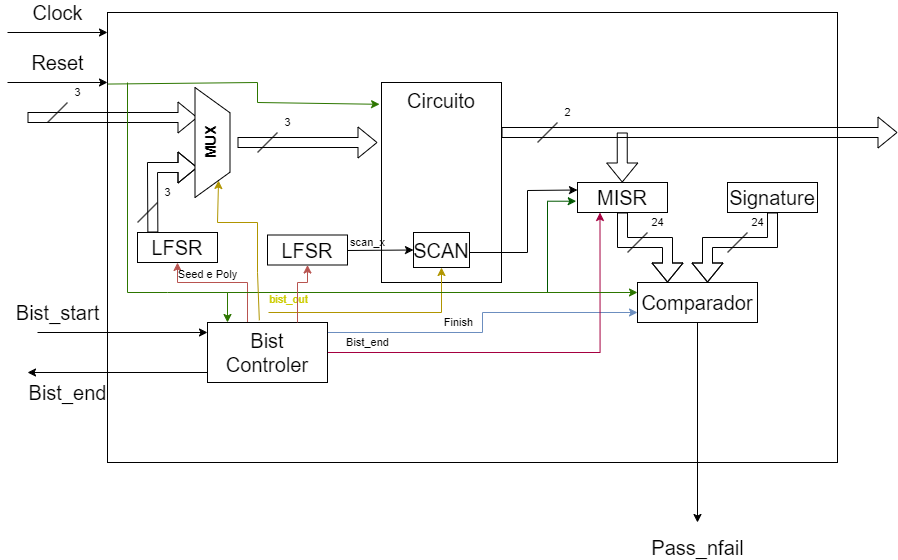
Above: Projeto2/Diagramapng.png in victor-macedo/PTFSE (draw.io), before the change. Source tidied: cells renumbered, new cells last; positions are measured from the earlier drawing's top-left corner, leaving out a move shared by most shapes.
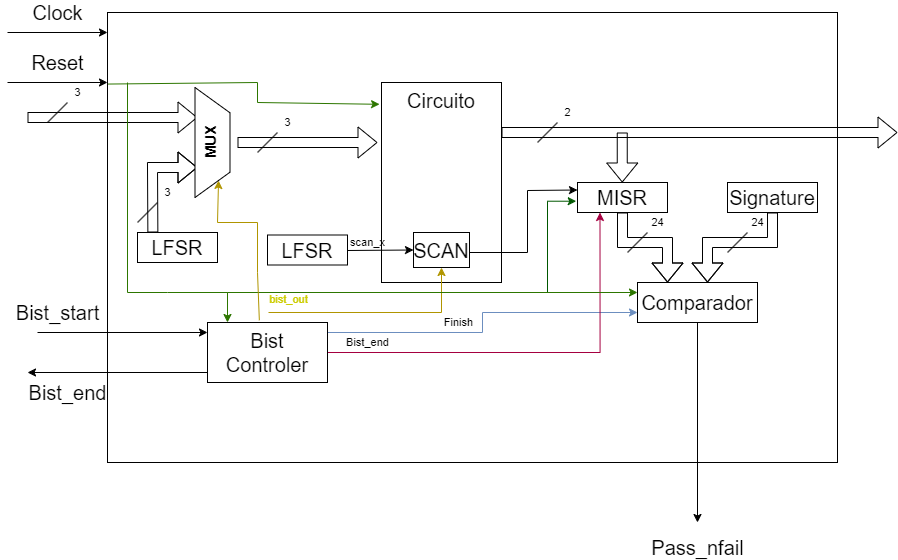
Later version of the same file.

Commit message:
atualizado diagrama

Change to the diagram source:
```diff
@@ -29,19 +29,6 @@
         <mxPoint x="20" y="360" as="targetPoint" />
       </mxGeometry>
     </mxCell>
-    <mxCell id="7" style="edgeStyle=orthogonalEdgeStyle;rounded=0;jettySize=auto;html=1;fillColor=#f8cecc;strokeColor=#b85450;" parent="1" edge="1" source="11" target="13">
-      <mxGeometry relative="1" as="geometry">
-        <Array as="points">
-          <mxPoint x="240" y="270" />
-          <mxPoint x="170" y="270" />
-        </Array>
-      </mxGeometry>
-    </mxCell>
-    <mxCell id="8" value="Seed e Poly" style="edgeLabel;html=1;align=center;verticalAlign=middle;labelBackgroundColor=none;" parent="7" vertex="1">
-      <mxGeometry x="-0.17" y="1" relative="1" as="geometry">
-        <mxPoint x="-26" y="-10" as="offset" />
-      </mxGeometry>
-    </mxCell>
     <mxCell id="9" value="Finish" style="edgeStyle=orthogonalEdgeStyle;rounded=0;jettySize=auto;html=1;entryX=0;entryY=0.75;entryDx=0;entryDy=0;fillColor=#dae8fc;strokeColor=#6c8ebf;" parent="1" edge="1" source="11" target="28">
       <mxGeometry x="-0.2" y="10" relative="1" as="geometry">
         <Array as="points">
@@ -245,13 +232,5 @@
     <mxCell id="41" value="&lt;font style=&quot;font-size: 20px;&quot;&gt;LFSR&lt;/font&gt;" style="rounded=0;whiteSpace=wrap;html=1;" parent="1" vertex="1">
       <mxGeometry x="260" y="222.5" width="80" height="30" as="geometry" />
     </mxCell>
-    <mxCell id="42" style="edgeStyle=orthogonalEdgeStyle;rounded=0;jettySize=auto;html=1;fillColor=#f8cecc;strokeColor=#b85450;entryX=0.5;entryY=1;entryDx=0;entryDy=0;exitX=0.75;exitY=0;exitDx=0;exitDy=0;" parent="1" edge="1" source="11" target="41">
-      <mxGeometry relative="1" as="geometry">
-        <Array as="points">
-          <mxPoint x="290" y="270" />
-          <mxPoint x="300" y="270" />
-        </Array>
-      </mxGeometry>
-    </mxCell>
   </root>
 </mxGraphModel>
```
